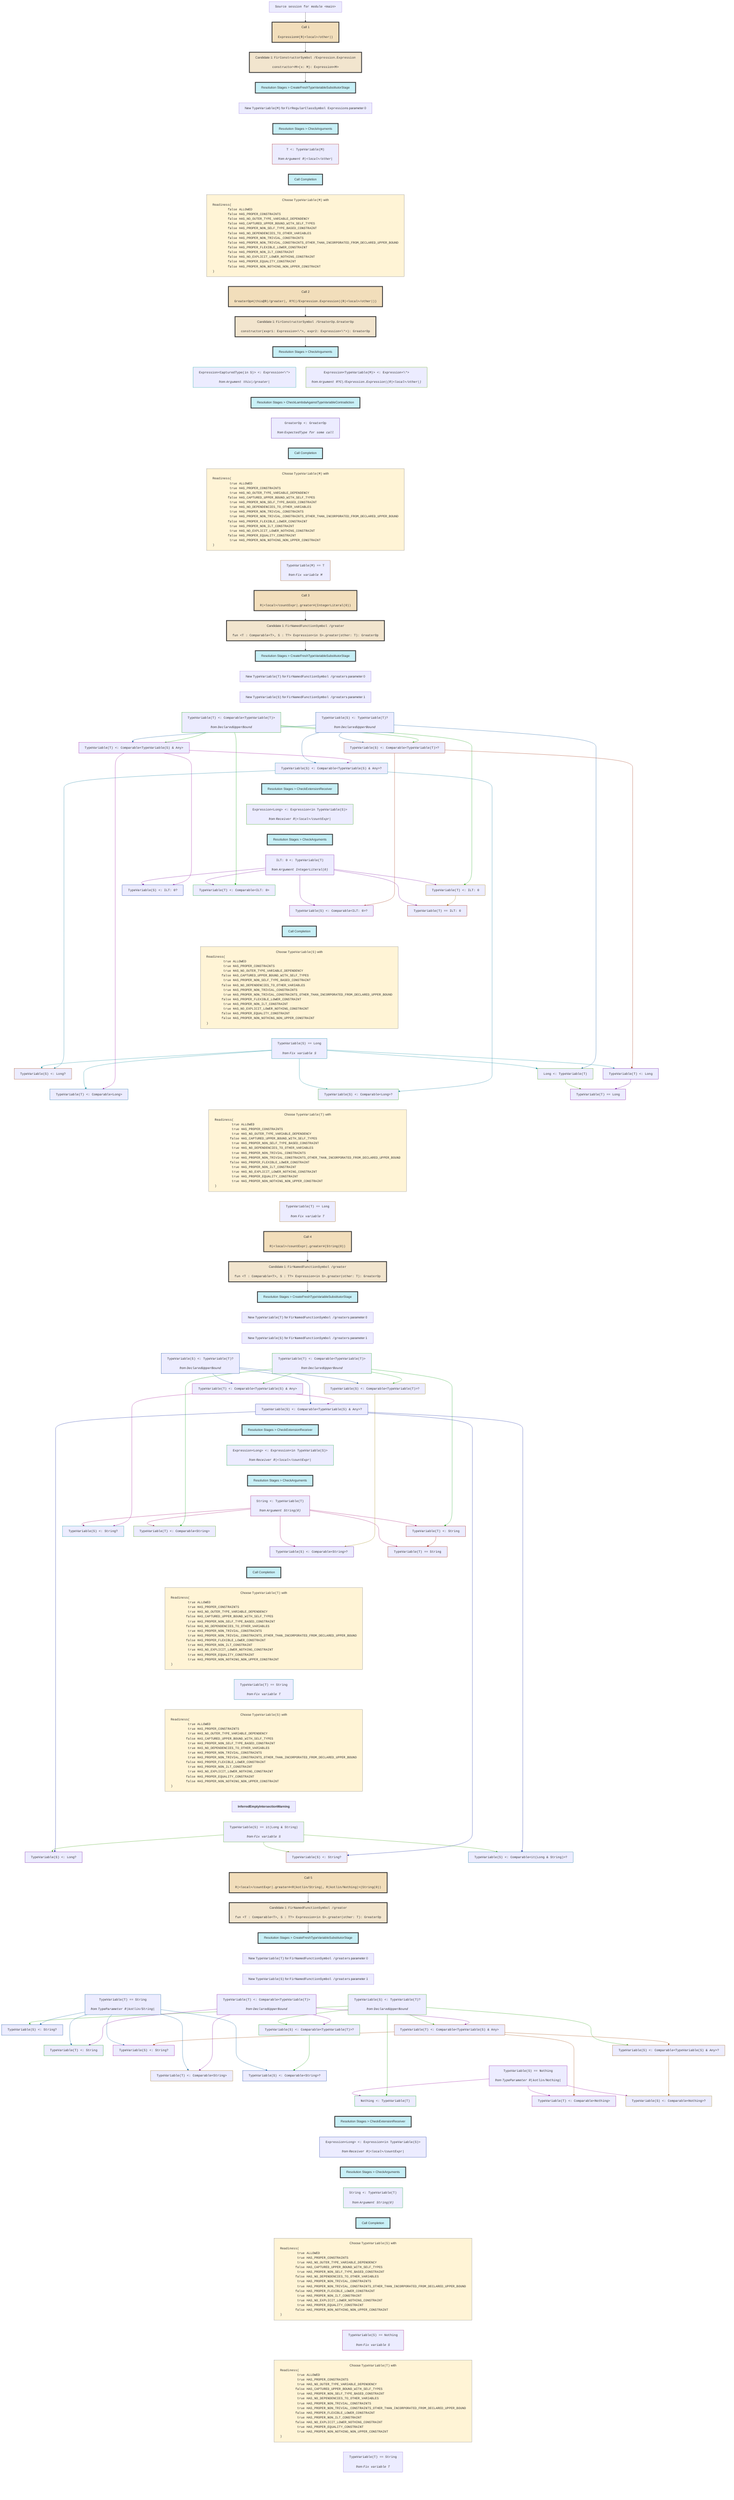
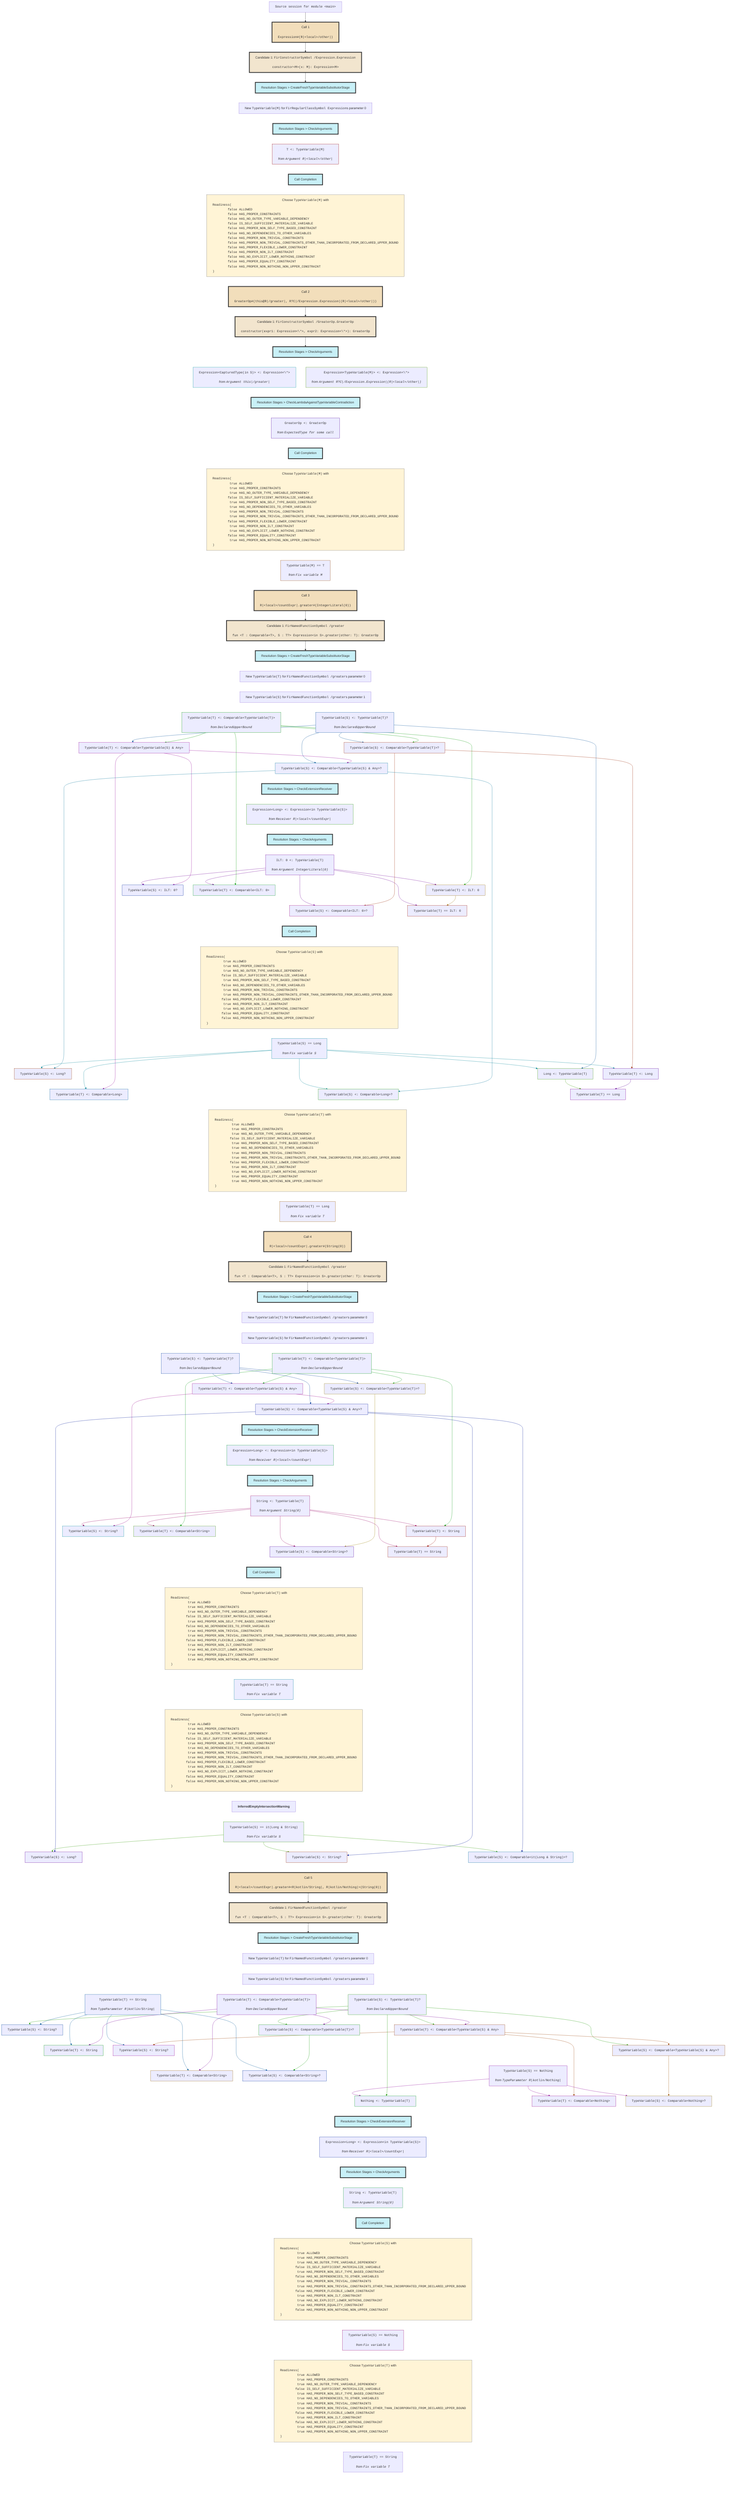
flowchart TD
    classDef nowrapClass text-align:center,white-space:nowrap;
    classDef callStyle fill:#f2debb,stroke:#333,stroke-width:4px;
    classDef candidateStyle fill:#f2e5ce,stroke:#333,stroke-width:4px;
    classDef stageStyle fill:#c8f0f7,stroke:#333,stroke-width:4px;
    classDef readinessStyle fill:#fff4d6,stroke:#777,stroke-width:1px;

    session0["<tt>Source session for module &lt;main></tt>"]
    class session0 nowrapClass;

    session0 --> call1

    call1["Call 1<br><br><pre style="display: inline-block;vertical-align: middle;text-align: left;margin: 0;"><tt>Expression#(R|&lt;local>/other|)</tt></pre>"]
    class call1 nowrapClass;
    class call1 callStyle;

    call1 --> candidate2

    candidate2["Candidate 1: <tt>FirConstructorSymbol /Expression.Expression</tt><br><br><pre style="display: inline-block;vertical-align: middle;text-align: left;margin: 0;"><tt>constructor&lt;M>(x: M): Expression&lt;M></tt></pre>"]
    class candidate2 nowrapClass;
    class candidate2 candidateStyle;

    candidate2 --> stage3

    stage3["Resolution Stages > CreateFreshTypeVariableSubstitutorStage"]
    class stage3 nowrapClass;
    class stage3 stageStyle;

    stage3 ~~~ newVariable4

    newVariable4["New <tt>TypeVariable(M)</tt> for <tt>FirRegularClassSymbol Expression</tt>s parameter 0"]
    class newVariable4 nowrapClass;

    newVariable4 ~~~ stage5

    stage5["Resolution Stages > CheckArguments"]
    class stage5 nowrapClass;
    class stage5 stageStyle;
    constraint6["<tt>T &lt;: TypeVariable(M)</tt><br><br><i><div style="display: inline-block;vertical-align: middle;">from</div> <pre style="display: inline-block;vertical-align: middle;text-align: left;margin: 0;"><tt>Argument R|&lt;local>/other|</tt></pre></i>"]
    class constraint6 nowrapClass;
    stage5 ~~~ constraint6

    constraint6 ~~~ stage7

    stage7["Call Completion"]
    class stage7 nowrapClass;
    class stage7 stageStyle;

    stage7 ~~~ variableReadiness8

    variableReadiness8["Choose <tt>TypeVariable(M)</tt> with <pre style="display: inline-block;vertical-align: middle;text-align: left;margin: 0;"><tt>Readiness(
	false ALLOWED
	false HAS_PROPER_CONSTRAINTS
	false HAS_NO_OUTER_TYPE_VARIABLE_DEPENDENCY
- 	false HAS_CAPTURED_UPPER_BOUND_WITH_SELF_TYPES
+ 	false IS_SELF_SUFFICIENT_MATERIALIZE_VARIABLE
	false HAS_PROPER_NON_SELF_TYPE_BASED_CONSTRAINT
	false HAS_NO_DEPENDENCIES_TO_OTHER_VARIABLES
	false HAS_PROPER_NON_TRIVIAL_CONSTRAINTS
	false HAS_PROPER_NON_TRIVIAL_CONSTRAINTS_OTHER_THAN_INCORPORATED_FROM_DECLARED_UPPER_BOUND
	false HAS_PROPER_FLEXIBLE_LOWER_CONSTRAINT
	false HAS_PROPER_NON_ILT_CONSTRAINT
	false HAS_NO_EXPLICIT_LOWER_NOTHING_CONSTRAINT
	false HAS_PROPER_EQUALITY_CONSTRAINT
	false HAS_PROPER_NON_NOTHING_NON_UPPER_CONSTRAINT
)</tt></pre>"]
    class variableReadiness8 nowrapClass;
    class variableReadiness8 readinessStyle;

    variableReadiness8 ~~~ call9

    call9["Call 2<br><br><pre style="display: inline-block;vertical-align: middle;text-align: left;margin: 0;"><tt>GreaterOp#(this@R|/greater|, R?C|/Expression.Expression|(R|&lt;local>/other|))</tt></pre>"]
    class call9 nowrapClass;
    class call9 callStyle;

    call9 --> candidate10

    candidate10["Candidate 1: <tt>FirConstructorSymbol /GreaterOp.GreaterOp</tt><br><br><pre style="display: inline-block;vertical-align: middle;text-align: left;margin: 0;"><tt>constructor(expr1: Expression&lt;\*>, expr2: Expression&lt;\*>): GreaterOp</tt></pre>"]
    class candidate10 nowrapClass;
    class candidate10 candidateStyle;

    candidate10 --> stage11

    stage11["Resolution Stages > CheckArguments"]
    class stage11 nowrapClass;
    class stage11 stageStyle;
    constraint12["<tt>Expression&lt;CapturedType(in S)> &lt;: Expression&lt;\*></tt><br><br><i><div style="display: inline-block;vertical-align: middle;">from</div> <pre style="display: inline-block;vertical-align: middle;text-align: left;margin: 0;"><tt>Argument this|/greater|</tt></pre></i>"]
    class constraint12 nowrapClass;
    stage11 ~~~ constraint12
    constraint13["<tt>Expression&lt;TypeVariable(M)> &lt;: Expression&lt;\*></tt><br><br><i><div style="display: inline-block;vertical-align: middle;">from</div> <pre style="display: inline-block;vertical-align: middle;text-align: left;margin: 0;"><tt>Argument R?C|/Expression.Expression|(R|&lt;local>/other|)</tt></pre></i>"]
    class constraint13 nowrapClass;
    stage11 ~~~ constraint13

    constraint12 ~~~ stage14
    constraint13 ~~~ stage14

    stage14["Resolution Stages > CheckLambdaAgainstTypeVariableContradiction"]
    class stage14 nowrapClass;
    class stage14 stageStyle;
    constraint15["<tt>GreaterOp &lt;: GreaterOp</tt><br><br><i><div style="display: inline-block;vertical-align: middle;">from</div> <pre style="display: inline-block;vertical-align: middle;text-align: left;margin: 0;"><tt>ExpectedType for some call</tt></pre></i>"]
    class constraint15 nowrapClass;
    stage14 ~~~ constraint15

    constraint15 ~~~ stage16

    stage16["Call Completion"]
    class stage16 nowrapClass;
    class stage16 stageStyle;

    stage16 ~~~ variableReadiness17

    variableReadiness17["Choose <tt>TypeVariable(M)</tt> with <pre style="display: inline-block;vertical-align: middle;text-align: left;margin: 0;"><tt>Readiness(
	 true ALLOWED
	 true HAS_PROPER_CONSTRAINTS
	 true HAS_NO_OUTER_TYPE_VARIABLE_DEPENDENCY
- 	false HAS_CAPTURED_UPPER_BOUND_WITH_SELF_TYPES
+ 	false IS_SELF_SUFFICIENT_MATERIALIZE_VARIABLE
	 true HAS_PROPER_NON_SELF_TYPE_BASED_CONSTRAINT
	 true HAS_NO_DEPENDENCIES_TO_OTHER_VARIABLES
	 true HAS_PROPER_NON_TRIVIAL_CONSTRAINTS
	 true HAS_PROPER_NON_TRIVIAL_CONSTRAINTS_OTHER_THAN_INCORPORATED_FROM_DECLARED_UPPER_BOUND
	false HAS_PROPER_FLEXIBLE_LOWER_CONSTRAINT
	 true HAS_PROPER_NON_ILT_CONSTRAINT
	 true HAS_NO_EXPLICIT_LOWER_NOTHING_CONSTRAINT
	false HAS_PROPER_EQUALITY_CONSTRAINT
	 true HAS_PROPER_NON_NOTHING_NON_UPPER_CONSTRAINT
)</tt></pre>"]
    class variableReadiness17 nowrapClass;
    class variableReadiness17 readinessStyle;
    constraint18["<tt>TypeVariable(M) == T</tt><br><br><i><div style="display: inline-block;vertical-align: middle;">from</div> <pre style="display: inline-block;vertical-align: middle;text-align: left;margin: 0;"><tt>Fix variable M</tt></pre></i>"]
    class constraint18 nowrapClass;
    variableReadiness17 ~~~ constraint18

    constraint18 ~~~ call19

    call19["Call 3<br><br><pre style="display: inline-block;vertical-align: middle;text-align: left;margin: 0;"><tt>R|&lt;local>/countExpr|.greater#(IntegerLiteral(0))</tt></pre>"]
    class call19 nowrapClass;
    class call19 callStyle;

    call19 --> candidate20

    candidate20["Candidate 1: <tt>FirNamedFunctionSymbol /greater</tt><br><br><pre style="display: inline-block;vertical-align: middle;text-align: left;margin: 0;"><tt>fun &lt;T : Comparable&lt;T>, S : T?> Expression&lt;in S>.greater(other: T): GreaterOp
</tt></pre>"]
    class candidate20 nowrapClass;
    class candidate20 candidateStyle;

    candidate20 --> stage21

    stage21["Resolution Stages > CreateFreshTypeVariableSubstitutorStage"]
    class stage21 nowrapClass;
    class stage21 stageStyle;

    stage21 ~~~ newVariable22

    newVariable22["New <tt>TypeVariable(T)</tt> for <tt>FirNamedFunctionSymbol /greater</tt>s parameter 0"]
    class newVariable22 nowrapClass;

    newVariable22 ~~~ newVariable23

    newVariable23["New <tt>TypeVariable(S)</tt> for <tt>FirNamedFunctionSymbol /greater</tt>s parameter 1"]
    class newVariable23 nowrapClass;
    constraint24["<tt>TypeVariable(T) &lt;: Comparable&lt;TypeVariable(T)></tt><br><br><i><div style="display: inline-block;vertical-align: middle;">from</div> <pre style="display: inline-block;vertical-align: middle;text-align: left;margin: 0;"><tt>DeclaredUpperBound</tt></pre></i>"]
    class constraint24 nowrapClass;
    newVariable23 ~~~ constraint24
    constraint25["<tt>TypeVariable(S) &lt;: TypeVariable(T)?</tt><br><br><i><div style="display: inline-block;vertical-align: middle;">from</div> <pre style="display: inline-block;vertical-align: middle;text-align: left;margin: 0;"><tt>DeclaredUpperBound</tt></pre></i>"]
    class constraint25 nowrapClass;
    newVariable23 ~~~ constraint25
    constraint26["<tt>TypeVariable(S) &lt;: Comparable&lt;TypeVariable(T)>?</tt>"]
    class constraint26 nowrapClass;
    constraint25 --> constraint26
    constraint24 --> constraint26
    constraint27["<tt>TypeVariable(T) &lt;: Comparable&lt;TypeVariable(S) &amp; Any></tt>"]
    class constraint27 nowrapClass;
    constraint25 --> constraint27
    constraint24 --> constraint27
    constraint28["<tt>TypeVariable(S) &lt;: Comparable&lt;TypeVariable(S) &amp; Any>?</tt>"]
    class constraint28 nowrapClass;
    constraint25 ---> constraint28
    constraint27 --> constraint28

    constraint26 ~~~~ stage29
    constraint28 ~~~ stage29

    stage29["Resolution Stages > CheckExtensionReceiver"]
    class stage29 nowrapClass;
    class stage29 stageStyle;
    constraint30["<tt>Expression&lt;Long> &lt;: Expression&lt;in TypeVariable(S)></tt><br><br><i><div style="display: inline-block;vertical-align: middle;">from</div> <pre style="display: inline-block;vertical-align: middle;text-align: left;margin: 0;"><tt>Receiver R|&lt;local>/countExpr|</tt></pre></i>"]
    class constraint30 nowrapClass;
    stage29 ~~~ constraint30

    constraint30 ~~~ stage31

    stage31["Resolution Stages > CheckArguments"]
    class stage31 nowrapClass;
    class stage31 stageStyle;
    constraint32["<tt>ILT: 0 &lt;: TypeVariable(T)</tt><br><br><i><div style="display: inline-block;vertical-align: middle;">from</div> <pre style="display: inline-block;vertical-align: middle;text-align: left;margin: 0;"><tt>Argument IntegerLiteral(0)</tt></pre></i>"]
    class constraint32 nowrapClass;
    stage31 ~~~ constraint32
    constraint33["<tt>TypeVariable(T) &lt;: ILT: 0</tt>"]
    class constraint33 nowrapClass;
    constraint32 --> constraint33
    constraint24 --> constraint33
    constraint34["<tt>TypeVariable(S) &lt;: ILT: 0?</tt>"]
    class constraint34 nowrapClass;
    constraint32 --> constraint34
    constraint27 --> constraint34
    constraint35["<tt>TypeVariable(T) &lt;: Comparable&lt;ILT: 0></tt>"]
    class constraint35 nowrapClass;
    constraint32 --> constraint35
    constraint24 --> constraint35
    constraint36["<tt>TypeVariable(S) &lt;: Comparable&lt;ILT: 0>?</tt>"]
    class constraint36 nowrapClass;
    constraint32 ---> constraint36
    constraint26 --> constraint36
    constraint37["<tt>TypeVariable(T) == ILT: 0</tt>"]
    class constraint37 nowrapClass;
    constraint32 ---> constraint37
    constraint33 --> constraint37

    constraint34 ~~~~ stage38
    constraint35 ~~~~ stage38
    constraint36 ~~~ stage38
    constraint37 ~~~ stage38

    stage38["Call Completion"]
    class stage38 nowrapClass;
    class stage38 stageStyle;

    stage38 ~~~ variableReadiness39

    variableReadiness39["Choose <tt>TypeVariable(S)</tt> with <pre style="display: inline-block;vertical-align: middle;text-align: left;margin: 0;"><tt>Readiness(
	 true ALLOWED
	 true HAS_PROPER_CONSTRAINTS
	 true HAS_NO_OUTER_TYPE_VARIABLE_DEPENDENCY
- 	false HAS_CAPTURED_UPPER_BOUND_WITH_SELF_TYPES
+ 	false IS_SELF_SUFFICIENT_MATERIALIZE_VARIABLE
	 true HAS_PROPER_NON_SELF_TYPE_BASED_CONSTRAINT
	false HAS_NO_DEPENDENCIES_TO_OTHER_VARIABLES
	 true HAS_PROPER_NON_TRIVIAL_CONSTRAINTS
	 true HAS_PROPER_NON_TRIVIAL_CONSTRAINTS_OTHER_THAN_INCORPORATED_FROM_DECLARED_UPPER_BOUND
	false HAS_PROPER_FLEXIBLE_LOWER_CONSTRAINT
	 true HAS_PROPER_NON_ILT_CONSTRAINT
	 true HAS_NO_EXPLICIT_LOWER_NOTHING_CONSTRAINT
	false HAS_PROPER_EQUALITY_CONSTRAINT
	false HAS_PROPER_NON_NOTHING_NON_UPPER_CONSTRAINT
)</tt></pre>"]
    class variableReadiness39 nowrapClass;
    class variableReadiness39 readinessStyle;
    constraint41["<tt>TypeVariable(S) == Long</tt><br><br><i><div style="display: inline-block;vertical-align: middle;">from</div> <pre style="display: inline-block;vertical-align: middle;text-align: left;margin: 0;"><tt>Fix variable S</tt></pre></i>"]
    class constraint41 nowrapClass;
    variableReadiness39 ~~~ constraint41
    constraint42["<tt>Long &lt;: TypeVariable(T)</tt>"]
    class constraint42 nowrapClass;
    constraint41 --> constraint42
    constraint25 --> constraint42
    constraint43["<tt>TypeVariable(T) &lt;: Long</tt>"]
    class constraint43 nowrapClass;
    constraint41 --> constraint43
    constraint26 --> constraint43
    constraint44["<tt>TypeVariable(S) &lt;: Long?</tt>"]
    class constraint44 nowrapClass;
    constraint41 --> constraint44
    constraint28 --> constraint44
    constraint45["<tt>TypeVariable(T) &lt;: Comparable&lt;Long></tt>"]
    class constraint45 nowrapClass;
    constraint41 ---> constraint45
    constraint27 --> constraint45
    constraint46["<tt>TypeVariable(S) &lt;: Comparable&lt;Long>?</tt>"]
    class constraint46 nowrapClass;
    constraint41 ---> constraint46
    constraint28 --> constraint46
    constraint47["<tt>TypeVariable(T) == Long</tt>"]
    class constraint47 nowrapClass;
    constraint42 --> constraint47
    constraint43 --> constraint47

    constraint44 ~~~~ variableReadiness40
    constraint45 ~~~ variableReadiness40
    constraint46 ~~~ variableReadiness40
    constraint47 ~~~ variableReadiness40

    variableReadiness40["Choose <tt>TypeVariable(T)</tt> with <pre style="display: inline-block;vertical-align: middle;text-align: left;margin: 0;"><tt>Readiness(
	 true ALLOWED
	 true HAS_PROPER_CONSTRAINTS
	 true HAS_NO_OUTER_TYPE_VARIABLE_DEPENDENCY
- 	false HAS_CAPTURED_UPPER_BOUND_WITH_SELF_TYPES
+ 	false IS_SELF_SUFFICIENT_MATERIALIZE_VARIABLE
	 true HAS_PROPER_NON_SELF_TYPE_BASED_CONSTRAINT
	 true HAS_NO_DEPENDENCIES_TO_OTHER_VARIABLES
	 true HAS_PROPER_NON_TRIVIAL_CONSTRAINTS
	 true HAS_PROPER_NON_TRIVIAL_CONSTRAINTS_OTHER_THAN_INCORPORATED_FROM_DECLARED_UPPER_BOUND
	false HAS_PROPER_FLEXIBLE_LOWER_CONSTRAINT
	 true HAS_PROPER_NON_ILT_CONSTRAINT
	 true HAS_NO_EXPLICIT_LOWER_NOTHING_CONSTRAINT
	 true HAS_PROPER_EQUALITY_CONSTRAINT
	 true HAS_PROPER_NON_NOTHING_NON_UPPER_CONSTRAINT
)</tt></pre>"]
    class variableReadiness40 nowrapClass;
    class variableReadiness40 readinessStyle;
    constraint48["<tt>TypeVariable(T) == Long</tt><br><br><i><div style="display: inline-block;vertical-align: middle;">from</div> <pre style="display: inline-block;vertical-align: middle;text-align: left;margin: 0;"><tt>Fix variable T</tt></pre></i>"]
    class constraint48 nowrapClass;
    variableReadiness40 ~~~ constraint48

    constraint48 ~~~ call49

    call49["Call 4<br><br><pre style="display: inline-block;vertical-align: middle;text-align: left;margin: 0;"><tt>R|&lt;local>/countExpr|.greater#(String(0))</tt></pre>"]
    class call49 nowrapClass;
    class call49 callStyle;

    call49 --> candidate50

    candidate50["Candidate 1: <tt>FirNamedFunctionSymbol /greater</tt><br><br><pre style="display: inline-block;vertical-align: middle;text-align: left;margin: 0;"><tt>fun &lt;T : Comparable&lt;T>, S : T?> Expression&lt;in S>.greater(other: T): GreaterOp
</tt></pre>"]
    class candidate50 nowrapClass;
    class candidate50 candidateStyle;

    candidate50 --> stage51

    stage51["Resolution Stages > CreateFreshTypeVariableSubstitutorStage"]
    class stage51 nowrapClass;
    class stage51 stageStyle;

    stage51 ~~~ newVariable52

    newVariable52["New <tt>TypeVariable(T)</tt> for <tt>FirNamedFunctionSymbol /greater</tt>s parameter 0"]
    class newVariable52 nowrapClass;

    newVariable52 ~~~ newVariable53

    newVariable53["New <tt>TypeVariable(S)</tt> for <tt>FirNamedFunctionSymbol /greater</tt>s parameter 1"]
    class newVariable53 nowrapClass;
    constraint54["<tt>TypeVariable(T) &lt;: Comparable&lt;TypeVariable(T)></tt><br><br><i><div style="display: inline-block;vertical-align: middle;">from</div> <pre style="display: inline-block;vertical-align: middle;text-align: left;margin: 0;"><tt>DeclaredUpperBound</tt></pre></i>"]
    class constraint54 nowrapClass;
    newVariable53 ~~~ constraint54
    constraint55["<tt>TypeVariable(S) &lt;: TypeVariable(T)?</tt><br><br><i><div style="display: inline-block;vertical-align: middle;">from</div> <pre style="display: inline-block;vertical-align: middle;text-align: left;margin: 0;"><tt>DeclaredUpperBound</tt></pre></i>"]
    class constraint55 nowrapClass;
    newVariable53 ~~~ constraint55
    constraint56["<tt>TypeVariable(S) &lt;: Comparable&lt;TypeVariable(T)>?</tt>"]
    class constraint56 nowrapClass;
    constraint55 --> constraint56
    constraint54 --> constraint56
    constraint57["<tt>TypeVariable(T) &lt;: Comparable&lt;TypeVariable(S) &amp; Any></tt>"]
    class constraint57 nowrapClass;
    constraint55 --> constraint57
    constraint54 --> constraint57
    constraint58["<tt>TypeVariable(S) &lt;: Comparable&lt;TypeVariable(S) &amp; Any>?</tt>"]
    class constraint58 nowrapClass;
    constraint55 ---> constraint58
    constraint57 --> constraint58

    constraint56 ~~~~ stage59
    constraint58 ~~~ stage59

    stage59["Resolution Stages > CheckExtensionReceiver"]
    class stage59 nowrapClass;
    class stage59 stageStyle;
    constraint60["<tt>Expression&lt;Long> &lt;: Expression&lt;in TypeVariable(S)></tt><br><br><i><div style="display: inline-block;vertical-align: middle;">from</div> <pre style="display: inline-block;vertical-align: middle;text-align: left;margin: 0;"><tt>Receiver R|&lt;local>/countExpr|</tt></pre></i>"]
    class constraint60 nowrapClass;
    stage59 ~~~ constraint60

    constraint60 ~~~ stage61

    stage61["Resolution Stages > CheckArguments"]
    class stage61 nowrapClass;
    class stage61 stageStyle;
    constraint62["<tt>String &lt;: TypeVariable(T)</tt><br><br><i><div style="display: inline-block;vertical-align: middle;">from</div> <pre style="display: inline-block;vertical-align: middle;text-align: left;margin: 0;"><tt>Argument String(0)</tt></pre></i>"]
    class constraint62 nowrapClass;
    stage61 ~~~ constraint62
    constraint63["<tt>TypeVariable(T) &lt;: String</tt>"]
    class constraint63 nowrapClass;
    constraint62 --> constraint63
    constraint54 --> constraint63
    constraint64["<tt>TypeVariable(S) &lt;: String?</tt>"]
    class constraint64 nowrapClass;
    constraint62 --> constraint64
    constraint57 --> constraint64
    constraint65["<tt>TypeVariable(T) &lt;: Comparable&lt;String></tt>"]
    class constraint65 nowrapClass;
    constraint62 --> constraint65
    constraint54 --> constraint65
    constraint66["<tt>TypeVariable(S) &lt;: Comparable&lt;String>?</tt>"]
    class constraint66 nowrapClass;
    constraint62 ---> constraint66
    constraint56 --> constraint66
    constraint67["<tt>TypeVariable(T) == String</tt>"]
    class constraint67 nowrapClass;
    constraint62 ---> constraint67
    constraint63 --> constraint67

    constraint64 ~~~~ stage68
    constraint65 ~~~~ stage68
    constraint66 ~~~ stage68
    constraint67 ~~~ stage68

    stage68["Call Completion"]
    class stage68 nowrapClass;
    class stage68 stageStyle;

    stage68 ~~~ variableReadiness69

    variableReadiness69["Choose <tt>TypeVariable(T)</tt> with <pre style="display: inline-block;vertical-align: middle;text-align: left;margin: 0;"><tt>Readiness(
	 true ALLOWED
	 true HAS_PROPER_CONSTRAINTS
	 true HAS_NO_OUTER_TYPE_VARIABLE_DEPENDENCY
- 	false HAS_CAPTURED_UPPER_BOUND_WITH_SELF_TYPES
+ 	false IS_SELF_SUFFICIENT_MATERIALIZE_VARIABLE
	 true HAS_PROPER_NON_SELF_TYPE_BASED_CONSTRAINT
	false HAS_NO_DEPENDENCIES_TO_OTHER_VARIABLES
	 true HAS_PROPER_NON_TRIVIAL_CONSTRAINTS
	 true HAS_PROPER_NON_TRIVIAL_CONSTRAINTS_OTHER_THAN_INCORPORATED_FROM_DECLARED_UPPER_BOUND
	false HAS_PROPER_FLEXIBLE_LOWER_CONSTRAINT
	 true HAS_PROPER_NON_ILT_CONSTRAINT
	 true HAS_NO_EXPLICIT_LOWER_NOTHING_CONSTRAINT
	 true HAS_PROPER_EQUALITY_CONSTRAINT
	 true HAS_PROPER_NON_NOTHING_NON_UPPER_CONSTRAINT
)</tt></pre>"]
    class variableReadiness69 nowrapClass;
    class variableReadiness69 readinessStyle;
    constraint72["<tt>TypeVariable(T) == String</tt><br><br><i><div style="display: inline-block;vertical-align: middle;">from</div> <pre style="display: inline-block;vertical-align: middle;text-align: left;margin: 0;"><tt>Fix variable T</tt></pre></i>"]
    class constraint72 nowrapClass;
    variableReadiness69 ~~~ constraint72

    constraint72 ~~~ variableReadiness70

    variableReadiness70["Choose <tt>TypeVariable(S)</tt> with <pre style="display: inline-block;vertical-align: middle;text-align: left;margin: 0;"><tt>Readiness(
	 true ALLOWED
	 true HAS_PROPER_CONSTRAINTS
	 true HAS_NO_OUTER_TYPE_VARIABLE_DEPENDENCY
- 	false HAS_CAPTURED_UPPER_BOUND_WITH_SELF_TYPES
+ 	false IS_SELF_SUFFICIENT_MATERIALIZE_VARIABLE
	 true HAS_PROPER_NON_SELF_TYPE_BASED_CONSTRAINT
	 true HAS_NO_DEPENDENCIES_TO_OTHER_VARIABLES
	 true HAS_PROPER_NON_TRIVIAL_CONSTRAINTS
	 true HAS_PROPER_NON_TRIVIAL_CONSTRAINTS_OTHER_THAN_INCORPORATED_FROM_DECLARED_UPPER_BOUND
	false HAS_PROPER_FLEXIBLE_LOWER_CONSTRAINT
	 true HAS_PROPER_NON_ILT_CONSTRAINT
	 true HAS_NO_EXPLICIT_LOWER_NOTHING_CONSTRAINT
	false HAS_PROPER_EQUALITY_CONSTRAINT
	false HAS_PROPER_NON_NOTHING_NON_UPPER_CONSTRAINT
)</tt></pre>"]
    class variableReadiness70 nowrapClass;
    class variableReadiness70 readinessStyle;

    variableReadiness70 ~~~ error71

    error71["<b>InferredEmptyIntersectionWarning<b>"]
    class error71 nowrapClass;
    constraint73["<tt>TypeVariable(S) == it(Long &amp; String)</tt><br><br><i><div style="display: inline-block;vertical-align: middle;">from</div> <pre style="display: inline-block;vertical-align: middle;text-align: left;margin: 0;"><tt>Fix variable S</tt></pre></i>"]
    class constraint73 nowrapClass;
    error71 ~~~ constraint73
    constraint74["<tt>TypeVariable(S) &lt;: Long?</tt>"]
    class constraint74 nowrapClass;
    constraint73 --> constraint74
    constraint58 --> constraint74
    constraint75["<tt>TypeVariable(S) &lt;: String?</tt>"]
    class constraint75 nowrapClass;
    constraint73 --> constraint75
    constraint58 --> constraint75
    constraint76["<tt>TypeVariable(S) &lt;: Comparable&lt;it(Long &amp; String)>?</tt>"]
    class constraint76 nowrapClass;
    constraint73 --> constraint76
    constraint58 --> constraint76

    constraint74 ~~~ call77
    constraint75 ~~~ call77
    constraint76 ~~~ call77

    call77["Call 5<br><br><pre style="display: inline-block;vertical-align: middle;text-align: left;margin: 0;"><tt>R|&lt;local>/countExpr|.greater#&lt;R|kotlin/String|, R|kotlin/Nothing|>(String(0))</tt></pre>"]
    class call77 nowrapClass;
    class call77 callStyle;

    call77 --> candidate78

    candidate78["Candidate 1: <tt>FirNamedFunctionSymbol /greater</tt><br><br><pre style="display: inline-block;vertical-align: middle;text-align: left;margin: 0;"><tt>fun &lt;T : Comparable&lt;T>, S : T?> Expression&lt;in S>.greater(other: T): GreaterOp
</tt></pre>"]
    class candidate78 nowrapClass;
    class candidate78 candidateStyle;

    candidate78 --> stage79

    stage79["Resolution Stages > CreateFreshTypeVariableSubstitutorStage"]
    class stage79 nowrapClass;
    class stage79 stageStyle;

    stage79 ~~~ newVariable80

    newVariable80["New <tt>TypeVariable(T)</tt> for <tt>FirNamedFunctionSymbol /greater</tt>s parameter 0"]
    class newVariable80 nowrapClass;

    newVariable80 ~~~ newVariable81

    newVariable81["New <tt>TypeVariable(S)</tt> for <tt>FirNamedFunctionSymbol /greater</tt>s parameter 1"]
    class newVariable81 nowrapClass;
    constraint82["<tt>TypeVariable(T) &lt;: Comparable&lt;TypeVariable(T)></tt><br><br><i><div style="display: inline-block;vertical-align: middle;">from</div> <pre style="display: inline-block;vertical-align: middle;text-align: left;margin: 0;"><tt>DeclaredUpperBound</tt></pre></i>"]
    class constraint82 nowrapClass;
    newVariable81 ~~~ constraint82
    constraint83["<tt>TypeVariable(S) &lt;: TypeVariable(T)?</tt><br><br><i><div style="display: inline-block;vertical-align: middle;">from</div> <pre style="display: inline-block;vertical-align: middle;text-align: left;margin: 0;"><tt>DeclaredUpperBound</tt></pre></i>"]
    class constraint83 nowrapClass;
    newVariable81 ~~~ constraint83
    constraint84["<tt>TypeVariable(S) &lt;: Comparable&lt;TypeVariable(T)>?</tt>"]
    class constraint84 nowrapClass;
    constraint83 --> constraint84
    constraint82 --> constraint84
    constraint85["<tt>TypeVariable(T) &lt;: Comparable&lt;TypeVariable(S) &amp; Any></tt>"]
    class constraint85 nowrapClass;
    constraint83 --> constraint85
    constraint82 --> constraint85
    constraint86["<tt>TypeVariable(S) &lt;: Comparable&lt;TypeVariable(S) &amp; Any>?</tt>"]
    class constraint86 nowrapClass;
    constraint83 ---> constraint86
    constraint85 --> constraint86
    constraint87["<tt>TypeVariable(T) == String</tt><br><br><i><div style="display: inline-block;vertical-align: middle;">from</div> <pre style="display: inline-block;vertical-align: middle;text-align: left;margin: 0;"><tt>TypeParameter R|kotlin/String|</tt></pre></i>"]
    class constraint87 nowrapClass;
    newVariable81 ~~~ constraint87
    constraint88["<tt>TypeVariable(S) &lt;: String?</tt>"]
    class constraint88 nowrapClass;
    constraint83 --> constraint88
    constraint87 --> constraint88
    constraint89["<tt>TypeVariable(T) &lt;: String</tt>"]
    class constraint89 nowrapClass;
    constraint87 ---> constraint89
    constraint82 ---> constraint89
    constraint90["<tt>TypeVariable(S) &lt;: String?</tt>"]
    class constraint90 nowrapClass;
    constraint87 ---> constraint90
    constraint85 --> constraint90
    constraint91["<tt>TypeVariable(T) &lt;: Comparable&lt;String></tt>"]
    class constraint91 nowrapClass;
    constraint87 ----> constraint91
    constraint82 ----> constraint91
    constraint92["<tt>TypeVariable(S) &lt;: Comparable&lt;String>?</tt>"]
    class constraint92 nowrapClass;
    constraint87 ----> constraint92
    constraint84 ---> constraint92
    constraint93["<tt>TypeVariable(S) == Nothing</tt><br><br><i><div style="display: inline-block;vertical-align: middle;">from</div> <pre style="display: inline-block;vertical-align: middle;text-align: left;margin: 0;"><tt>TypeParameter R|kotlin/Nothing|</tt></pre></i>"]
    class constraint93 nowrapClass;
    newVariable81 ~~~~~~ constraint93
    constraint94["<tt>Nothing &lt;: TypeVariable(T)</tt>"]
    class constraint94 nowrapClass;
    constraint93 --> constraint94
    constraint83 -----> constraint94
    constraint95["<tt>TypeVariable(T) &lt;: Comparable&lt;Nothing></tt>"]
    class constraint95 nowrapClass;
    constraint93 --> constraint95
    constraint85 ----> constraint95
    constraint96["<tt>TypeVariable(S) &lt;: Comparable&lt;Nothing>?</tt>"]
    class constraint96 nowrapClass;
    constraint93 --> constraint96
    constraint86 ---> constraint96

    constraint88 ~~~~~~ stage97
    constraint89 ~~~~~ stage97
    constraint90 ~~~~~ stage97
    constraint91 ~~~~ stage97
    constraint92 ~~~~ stage97
    constraint94 ~~~ stage97
    constraint95 ~~~ stage97
    constraint96 ~~~ stage97

    stage97["Resolution Stages > CheckExtensionReceiver"]
    class stage97 nowrapClass;
    class stage97 stageStyle;
    constraint98["<tt>Expression&lt;Long> &lt;: Expression&lt;in TypeVariable(S)></tt><br><br><i><div style="display: inline-block;vertical-align: middle;">from</div> <pre style="display: inline-block;vertical-align: middle;text-align: left;margin: 0;"><tt>Receiver R|&lt;local>/countExpr|</tt></pre></i>"]
    class constraint98 nowrapClass;
    stage97 ~~~ constraint98

    constraint98 ~~~ stage99

    stage99["Resolution Stages > CheckArguments"]
    class stage99 nowrapClass;
    class stage99 stageStyle;
    constraint100["<tt>String &lt;: TypeVariable(T)</tt><br><br><i><div style="display: inline-block;vertical-align: middle;">from</div> <pre style="display: inline-block;vertical-align: middle;text-align: left;margin: 0;"><tt>Argument String(0)</tt></pre></i>"]
    class constraint100 nowrapClass;
    stage99 ~~~ constraint100

    constraint100 ~~~ stage101

    stage101["Call Completion"]
    class stage101 nowrapClass;
    class stage101 stageStyle;

    stage101 ~~~ variableReadiness102

    variableReadiness102["Choose <tt>TypeVariable(S)</tt> with <pre style="display: inline-block;vertical-align: middle;text-align: left;margin: 0;"><tt>Readiness(
	 true ALLOWED
	 true HAS_PROPER_CONSTRAINTS
	 true HAS_NO_OUTER_TYPE_VARIABLE_DEPENDENCY
- 	false HAS_CAPTURED_UPPER_BOUND_WITH_SELF_TYPES
+ 	false IS_SELF_SUFFICIENT_MATERIALIZE_VARIABLE
	 true HAS_PROPER_NON_SELF_TYPE_BASED_CONSTRAINT
	false HAS_NO_DEPENDENCIES_TO_OTHER_VARIABLES
	 true HAS_PROPER_NON_TRIVIAL_CONSTRAINTS
	 true HAS_PROPER_NON_TRIVIAL_CONSTRAINTS_OTHER_THAN_INCORPORATED_FROM_DECLARED_UPPER_BOUND
	false HAS_PROPER_FLEXIBLE_LOWER_CONSTRAINT
	 true HAS_PROPER_NON_ILT_CONSTRAINT
	 true HAS_NO_EXPLICIT_LOWER_NOTHING_CONSTRAINT
	 true HAS_PROPER_EQUALITY_CONSTRAINT
	false HAS_PROPER_NON_NOTHING_NON_UPPER_CONSTRAINT
)</tt></pre>"]
    class variableReadiness102 nowrapClass;
    class variableReadiness102 readinessStyle;
    constraint104["<tt>TypeVariable(S) == Nothing</tt><br><br><i><div style="display: inline-block;vertical-align: middle;">from</div> <pre style="display: inline-block;vertical-align: middle;text-align: left;margin: 0;"><tt>Fix variable S</tt></pre></i>"]
    class constraint104 nowrapClass;
    variableReadiness102 ~~~ constraint104

    constraint104 ~~~ variableReadiness103

    variableReadiness103["Choose <tt>TypeVariable(T)</tt> with <pre style="display: inline-block;vertical-align: middle;text-align: left;margin: 0;"><tt>Readiness(
	 true ALLOWED
	 true HAS_PROPER_CONSTRAINTS
	 true HAS_NO_OUTER_TYPE_VARIABLE_DEPENDENCY
- 	false HAS_CAPTURED_UPPER_BOUND_WITH_SELF_TYPES
+ 	false IS_SELF_SUFFICIENT_MATERIALIZE_VARIABLE
	 true HAS_PROPER_NON_SELF_TYPE_BASED_CONSTRAINT
	 true HAS_NO_DEPENDENCIES_TO_OTHER_VARIABLES
	 true HAS_PROPER_NON_TRIVIAL_CONSTRAINTS
	 true HAS_PROPER_NON_TRIVIAL_CONSTRAINTS_OTHER_THAN_INCORPORATED_FROM_DECLARED_UPPER_BOUND
	false HAS_PROPER_FLEXIBLE_LOWER_CONSTRAINT
	 true HAS_PROPER_NON_ILT_CONSTRAINT
	false HAS_NO_EXPLICIT_LOWER_NOTHING_CONSTRAINT
	 true HAS_PROPER_EQUALITY_CONSTRAINT
	 true HAS_PROPER_NON_NOTHING_NON_UPPER_CONSTRAINT
)</tt></pre>"]
    class variableReadiness103 nowrapClass;
    class variableReadiness103 readinessStyle;
    constraint105["<tt>TypeVariable(T) == String</tt><br><br><i><div style="display: inline-block;vertical-align: middle;">from</div> <pre style="display: inline-block;vertical-align: middle;text-align: left;margin: 0;"><tt>Fix variable T</tt></pre></i>"]
    class constraint105 nowrapClass;
    variableReadiness103 ~~~ constraint105

    linkStyle 6 stroke:#990000
    linkStyle 13 stroke:#009999
    linkStyle 14 stroke:#4c9900
    linkStyle 16 stroke:#4c0099
    linkStyle 19 stroke:#994900
    linkStyle 26 stroke:#004f99
    linkStyle 27 stroke:#039900
    linkStyle 28 stroke:#004f99
    linkStyle 29 stroke:#039900
    linkStyle 30 stroke:#004f99
    linkStyle 31 stroke:#950099
    linkStyle 32 stroke:#992400
    linkStyle 33 stroke:#007499
    linkStyle 35 stroke:#279900
    linkStyle 37 stroke:#710099
    linkStyle 38 stroke:#039900
    linkStyle 39 stroke:#710099
    linkStyle 40 stroke:#950099
    linkStyle 41 stroke:#710099
    linkStyle 42 stroke:#039900
    linkStyle 43 stroke:#710099
    linkStyle 44 stroke:#992400
    linkStyle 45 stroke:#710099
    linkStyle 46 stroke:#996d00
    linkStyle 47 stroke:#002b99
    linkStyle 48 stroke:#009921
    linkStyle 49 stroke:#990077
    linkStyle 50 stroke:#991200
    linkStyle 53 stroke:#008699
    linkStyle 54 stroke:#004f99
    linkStyle 55 stroke:#008699
    linkStyle 56 stroke:#992400
    linkStyle 57 stroke:#008699
    linkStyle 58 stroke:#007499
    linkStyle 59 stroke:#008699
    linkStyle 60 stroke:#950099
    linkStyle 61 stroke:#008699
    linkStyle 62 stroke:#007499
    linkStyle 63 stroke:#3a9900
    linkStyle 64 stroke:#5e0099
    linkStyle 65 stroke:#993600
    linkStyle 66 stroke:#006299
    linkStyle 67 stroke:#159900
    linkStyle 68 stroke:#830099
    linkStyle 70 stroke:#995b00
    linkStyle 77 stroke:#003d99
    linkStyle 78 stroke:#00990e
    linkStyle 79 stroke:#003d99
    linkStyle 80 stroke:#00990e
    linkStyle 81 stroke:#003d99
    linkStyle 82 stroke:#99008a
    linkStyle 83 stroke:#997f00
    linkStyle 84 stroke:#001999
    linkStyle 86 stroke:#009933
    linkStyle 88 stroke:#990065
    linkStyle 89 stroke:#00990e
    linkStyle 90 stroke:#990065
    linkStyle 91 stroke:#99008a
    linkStyle 92 stroke:#990065
    linkStyle 93 stroke:#00990e
    linkStyle 94 stroke:#990065
    linkStyle 95 stroke:#997f00
    linkStyle 96 stroke:#990065
    linkStyle 97 stroke:#990900
    linkStyle 98 stroke:#008f99
    linkStyle 99 stroke:#439900
    linkStyle 100 stroke:#550099
    linkStyle 101 stroke:#991b00
    linkStyle 104 stroke:#007d99
    linkStyle 107 stroke:#319900
    linkStyle 108 stroke:#001999
    linkStyle 109 stroke:#319900
    linkStyle 110 stroke:#001999
    linkStyle 111 stroke:#319900
    linkStyle 112 stroke:#001999
    linkStyle 113 stroke:#670099
    linkStyle 114 stroke:#992d00
    linkStyle 115 stroke:#006b99
    linkStyle 122 stroke:#1e9900
    linkStyle 123 stroke:#7a0099
    linkStyle 124 stroke:#1e9900
    linkStyle 125 stroke:#7a0099
    linkStyle 126 stroke:#1e9900
    linkStyle 127 stroke:#993f00
    linkStyle 129 stroke:#1e9900
    linkStyle 130 stroke:#005999
    linkStyle 131 stroke:#005999
    linkStyle 132 stroke:#7a0099
    linkStyle 133 stroke:#005999
    linkStyle 134 stroke:#993f00
    linkStyle 135 stroke:#005999
    linkStyle 136 stroke:#7a0099
    linkStyle 137 stroke:#005999
    linkStyle 138 stroke:#0c9900
    linkStyle 140 stroke:#8c0099
    linkStyle 141 stroke:#1e9900
    linkStyle 142 stroke:#8c0099
    linkStyle 143 stroke:#993f00
    linkStyle 144 stroke:#8c0099
    linkStyle 145 stroke:#995200
    linkStyle 146 stroke:#004699
    linkStyle 147 stroke:#009905
    linkStyle 148 stroke:#990093
    linkStyle 149 stroke:#996400
    linkStyle 150 stroke:#003499
    linkStyle 151 stroke:#009917
    linkStyle 152 stroke:#990081
    linkStyle 153 stroke:#997600
    linkStyle 155 stroke:#002299
    linkStyle 157 stroke:#00992a
    linkStyle 160 stroke:#99006e
    style constraint6 stroke:#990000;
    style constraint12 stroke:#009999;
    style constraint13 stroke:#4c9900;
    style constraint15 stroke:#4c0099;
    style constraint18 stroke:#994900;
    style constraint25 stroke:#004f99;
    style constraint24 stroke:#039900;
    style constraint27 stroke:#950099;
    style constraint26 stroke:#992400;
    style constraint28 stroke:#007499;
    style constraint30 stroke:#279900;
    style constraint32 stroke:#710099;
    style constraint33 stroke:#996d00;
    style constraint34 stroke:#002b99;
    style constraint35 stroke:#009921;
    style constraint36 stroke:#990077;
    style constraint37 stroke:#991200;
    style constraint41 stroke:#008699;
    style constraint42 stroke:#3a9900;
    style constraint43 stroke:#5e0099;
    style constraint44 stroke:#993600;
    style constraint45 stroke:#006299;
    style constraint46 stroke:#159900;
    style constraint47 stroke:#830099;
    style constraint48 stroke:#995b00;
    style constraint55 stroke:#003d99;
    style constraint54 stroke:#00990e;
    style constraint57 stroke:#99008a;
    style constraint56 stroke:#997f00;
    style constraint58 stroke:#001999;
    style constraint60 stroke:#009933;
    style constraint62 stroke:#990065;
    style constraint63 stroke:#990900;
    style constraint64 stroke:#008f99;
    style constraint65 stroke:#439900;
    style constraint66 stroke:#550099;
    style constraint67 stroke:#991b00;
    style constraint72 stroke:#007d99;
    style constraint73 stroke:#319900;
    style constraint74 stroke:#670099;
    style constraint75 stroke:#992d00;
    style constraint76 stroke:#006b99;
    style constraint83 stroke:#1e9900;
    style constraint82 stroke:#7a0099;
    style constraint85 stroke:#993f00;
    style constraint87 stroke:#005999;
    style constraint84 stroke:#0c9900;
    style constraint93 stroke:#8c0099;
    style constraint86 stroke:#995200;
    style constraint88 stroke:#004699;
    style constraint89 stroke:#009905;
    style constraint90 stroke:#990093;
    style constraint91 stroke:#996400;
    style constraint92 stroke:#003499;
    style constraint94 stroke:#009917;
    style constraint95 stroke:#990081;
    style constraint96 stroke:#997600;
    style constraint98 stroke:#002299;
    style constraint100 stroke:#00992a;
    style constraint104 stroke:#99006e;